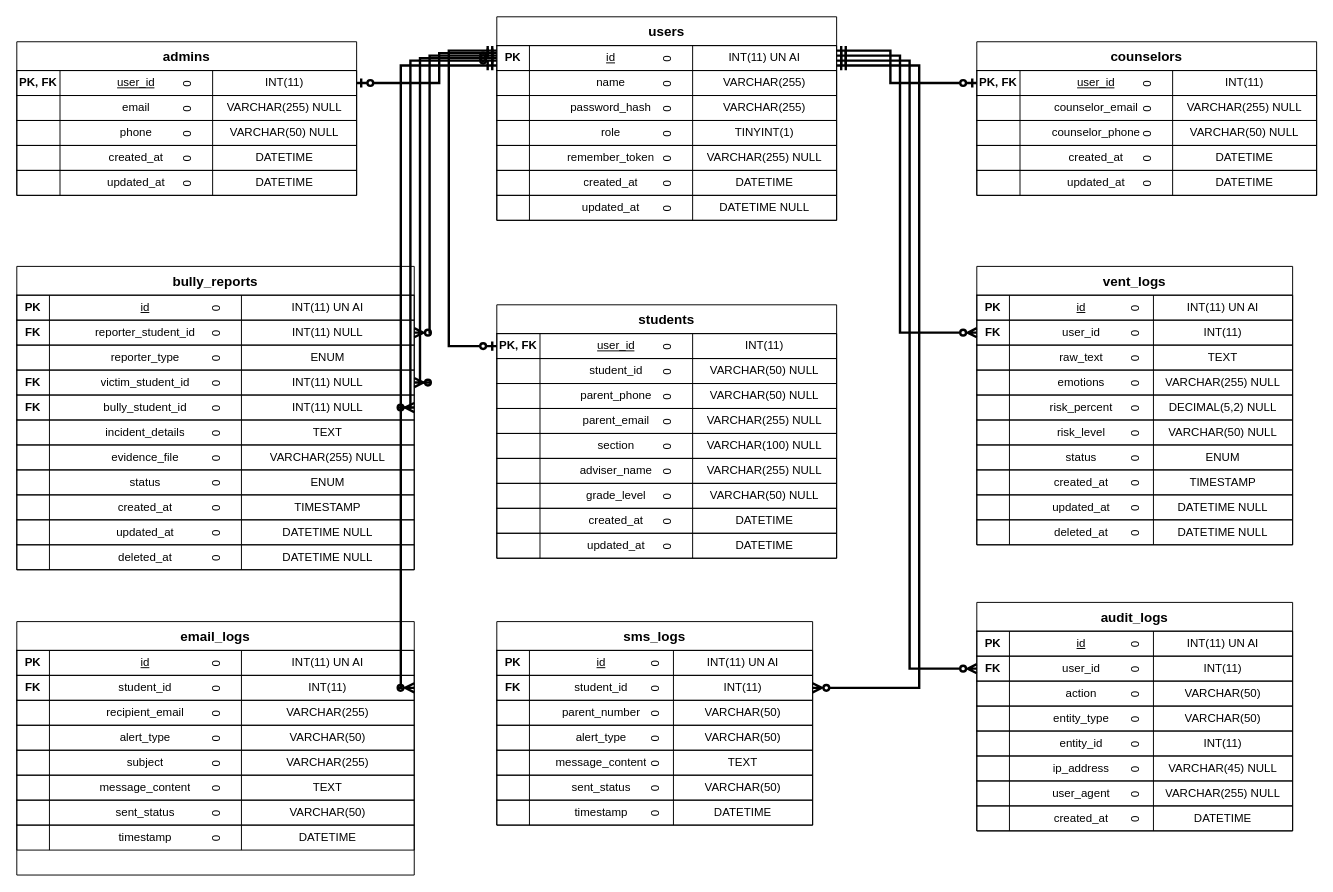
The draw.io diagram docs/erd_diagram.drawio in CrayCray3000/StudentShield-SoftwareEngineering, before the edit. Source tidied: cells renumbered, new cells numbered last; positions are measured from the earlier drawing's top-left corner, leaving out a move shared by most shapes. Both pictures are drawn from the tidied source at 96%, with x=0, y=0 at pixel (16, 16).
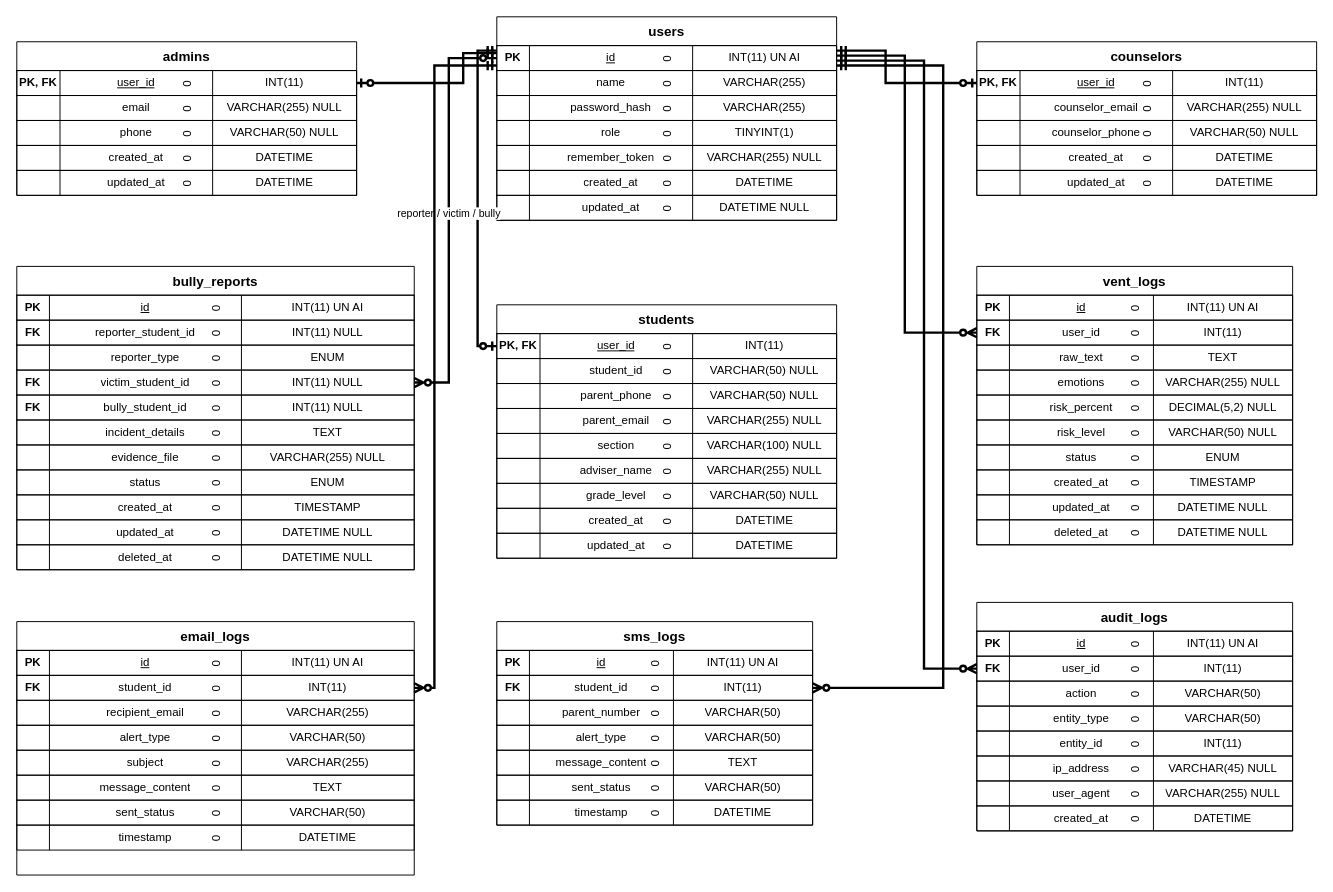
After the change.

Unchanged cells that the change refers to:
```xml
<mxCell id="3" value="0" style="shape=tableRow;horizontal=0;startSize=0;swimlaneHead=0;swimlaneBody=0;fillColor=none;points=[[0,0.5],[1,0.5]];portConstraint=eastwest;fontSize=12;strokeColor=inherit;" parent="2" vertex="1">
  <mxGeometry y="30" width="354" height="26" as="geometry" />
</mxCell>
<mxCell id="32" value="0" style="shape=tableRow;horizontal=0;startSize=0;swimlaneHead=0;swimlaneBody=0;fillColor=none;points=[[0,0.5],[1,0.5]];portConstraint=eastwest;fontSize=12;strokeColor=inherit;" parent="31" vertex="1">
  <mxGeometry y="30" width="354" height="26" as="geometry" />
</mxCell>
<mxCell id="69" value="0" style="shape=tableRow;horizontal=0;startSize=0;swimlaneHead=0;swimlaneBody=0;fillColor=none;points=[[0,0.5],[1,0.5]];portConstraint=eastwest;fontSize=12;strokeColor=inherit;" parent="68" vertex="1">
  <mxGeometry y="30" width="354" height="26" as="geometry" />
</mxCell>
<mxCell id="90" value="0" style="shape=tableRow;horizontal=0;startSize=0;swimlaneHead=0;swimlaneBody=0;fillColor=none;points=[[0,0.5],[1,0.5]];portConstraint=eastwest;fontSize=12;strokeColor=inherit;" parent="89" vertex="1">
  <mxGeometry y="30" width="354" height="26" as="geometry" />
</mxCell>
<mxCell id="115" value="0" style="shape=tableRow;horizontal=0;startSize=0;swimlaneHead=0;swimlaneBody=0;fillColor=none;points=[[0,0.5],[1,0.5]];portConstraint=eastwest;fontSize=12;strokeColor=inherit;" parent="110" vertex="1">
  <mxGeometry y="56" width="329" height="26" as="geometry" />
</mxCell>
<mxCell id="156" value="0" style="shape=tableRow;horizontal=0;startSize=0;swimlaneHead=0;swimlaneBody=0;fillColor=none;points=[[0,0.5],[1,0.5]];portConstraint=eastwest;fontSize=12;strokeColor=inherit;" parent="151" vertex="1">
  <mxGeometry y="56" width="329" height="26" as="geometry" />
</mxCell>
<mxCell id="189" value="0" style="shape=tableRow;horizontal=0;startSize=0;swimlaneHead=0;swimlaneBody=0;fillColor=none;points=[[0,0.5],[1,0.5]];portConstraint=eastwest;fontSize=12;strokeColor=inherit;" parent="184" vertex="1">
  <mxGeometry y="56" width="329" height="26" as="geometry" />
</mxCell>
<mxCell id="218" value="0" style="shape=tableRow;horizontal=0;startSize=0;swimlaneHead=0;swimlaneBody=0;fillColor=none;points=[[0,0.5],[1,0.5]];portConstraint=eastwest;fontSize=12;strokeColor=inherit;" parent="213" vertex="1">
  <mxGeometry y="56" width="414" height="26" as="geometry" />
</mxCell>
<mxCell id="226" value="0" style="shape=tableRow;horizontal=0;startSize=0;swimlaneHead=0;swimlaneBody=0;fillColor=none;points=[[0,0.5],[1,0.5]];portConstraint=eastwest;fontSize=12;strokeColor=inherit;" parent="213" vertex="1">
  <mxGeometry y="108" width="414" height="26" as="geometry" />
</mxCell>
<mxCell id="230" value="0" style="shape=tableRow;horizontal=0;startSize=0;swimlaneHead=0;swimlaneBody=0;fillColor=none;points=[[0,0.5],[1,0.5]];portConstraint=eastwest;fontSize=12;strokeColor=inherit;" parent="213" vertex="1">
  <mxGeometry y="134" width="414" height="26" as="geometry" />
</mxCell>
<mxCell id="263" value="0" style="shape=tableRow;horizontal=0;startSize=0;swimlaneHead=0;swimlaneBody=0;fillColor=none;points=[[0,0.5],[1,0.5]];portConstraint=eastwest;fontSize=12;strokeColor=inherit;" parent="258" vertex="1">
  <mxGeometry y="56" width="414" height="26" as="geometry" />
</mxCell>
```

The edit, as a diff of the source:
```diff
@@
     <mxCell id="291" style="edgeStyle=orthogonalEdgeStyle;rounded=0;jettySize=auto;html=1;endArrow=ERzeroToOne;endFill=0;startArrow=ERmandOne;startFill=0;strokeColor=#000000;strokeWidth=2.5;exitX=0;exitY=0.2;exitDx=0;exitDy=0;exitPerimeter=0;entryX=0;entryY=0.5;entryDx=0;entryDy=0;entryPerimeter=0;" parent="1" edge="1" source="3" target="32">
       <mxGeometry relative="1" as="geometry">
         <Array as="points">
-          <mxPoint x="450" y="35" />
-          <mxPoint x="450" y="343" />
+          <mxPoint x="480" y="35" />
+          <mxPoint x="480" y="343" />
         </Array>
       </mxGeometry>
     </mxCell>
-    <mxCell id="292" style="edgeStyle=orthogonalEdgeStyle;rounded=0;jettySize=auto;html=1;endArrow=ERzeroToOne;endFill=0;startArrow=ERmandOne;startFill=0;strokeColor=#000000;strokeWidth=2.5;exitX=1;exitY=0.2;exitDx=0;exitDy=0;exitPerimeter=0;entryX=0;entryY=0.5;entryDx=0;entryDy=0;entryPerimeter=0;" parent="1" edge="1" source="3" target="69">
+    <mxCell id="292" style="edgeStyle=orthogonalEdgeStyle;rounded= rounded=0;jettySize=auto;html=1;endArrow=ERzeroToOne;endFill=0;startArrow=ERmandOne;startFill=0;strokeColor=#000000;strokeWidth=2.5;exitX=1;exitY=0.2;exitDx=0;exitDy=0;exitPerimeter=0;entryX=0;entryY=0.5;entryDx=0;entryDy=0;entryPerimeter=0;" parent="1" edge="1" source="3" target="69">
       <mxGeometry relative="1" as="geometry">
         <Array as="points">
-          <mxPoint x="910" y="35" />
-          <mxPoint x="910" y="69" />
+          <mxPoint x="905" y="35" />
+          <mxPoint x="905" y="69" />
         </Array>
       </mxGeometry>
     </mxCell>
     <mxCell id="293" style="edgeStyle=orthogonalEdgeStyle;rounded=0;jettySize=auto;html=1;endArrow=ERzeroToOne;endFill=0;startArrow=ERmandOne;startFill=0;strokeColor=#000000;strokeWidth=2.5;exitX=0;exitY=0.3;exitDx=0;exitDy=0;exitPerimeter=0;entryX=1;entryY=0.5;entryDx=0;entryDy=0;entryPerimeter=0;" parent="1" edge="1" source="3" target="90">
       <mxGeometry relative="1" as="geometry">
         <Array as="points">
-          <mxPoint x="440" y="38" />
-          <mxPoint x="440" y="69" />
+          <mxPoint x="465" y="38" />
+          <mxPoint x="465" y="69" />
         </Array>
       </mxGeometry>
     </mxCell>
     <mxCell id="294" style="edgeStyle=orthogonalEdgeStyle;rounded=0;jettySize=auto;html=1;endArrow=ERzeroToMany;endFill=0;startArrow=ERmandOne;startFill=0;strokeColor=#000000;strokeWidth=2.5;exitX=1;exitY=0.4;exitDx=0;exitDy=0;exitPerimeter=0;entryX=0;entryY=0.5;entryDx=0;entryDy=0;entryPerimeter=0;" parent="1" edge="1" source="3" target="115">
       <mxGeometry relative="1" as="geometry">
         <Array as="points">
-          <mxPoint x="920" y="40" />
-          <mxPoint x="920" y="329" />
+          <mxPoint x="925" y="40" />
+          <mxPoint x="925" y="329" />
         </Array>
       </mxGeometry>
     </mxCell>
     <mxCell id="295" style="edgeStyle=orthogonalEdgeStyle;rounded=0;jettySize=auto;html=1;endArrow=ERzeroToMany;endFill=0;startArrow=ERmandOne;startFill=0;strokeColor=#000000;strokeWidth=2.5;exitX=1;exitY=0.6;exitDx=0;exitDy=0;exitPerimeter=0;entryX=0;entryY=0.5;entryDx=0;entryDy=0;entryPerimeter=0;" parent="1" edge="1" source="3" target="156">
       <mxGeometry relative="1" as="geometry">
         <Array as="points">
-          <mxPoint x="930" y="46" />
-          <mxPoint x="930" y="679" />
+          <mxPoint x="945" y="46" />
+          <mxPoint x="945" y="679" />
         </Array>
       </mxGeometry>
     </mxCell>
     <mxCell id="296" style="edgeStyle=orthogonalEdgeStyle;rounded=0;jettySize=auto;html=1;endArrow=ERzeroToMany;endFill=0;startArrow=ERmandOne;startFill=0;strokeColor=#000000;strokeWidth=2.5;exitX=1;exitY=0.8;exitDx=0;exitDy=0;exitPerimeter=0;entryX=1;entryY=0.5;entryDx=0;entryDy=0;entryPerimeter=0;" parent="1" edge="1" source="3" target="189">
       <mxGeometry relative="1" as="geometry">
         <Array as="points">
-          <mxPoint x="940" y="51" />
-          <mxPoint x="940" y="699" />
+          <mxPoint x="965" y="51" />
+          <mxPoint x="965" y="699" />
         </Array>
       </mxGeometry>
     </mxCell>
-    <mxCell id="297" style="edgeStyle=orthogonalEdgeStyle;rounded=0;jettySize=auto;html=1;endArrow=ERzeroToMany;endFill=0;startArrow=ERzeroToOne;startFill=0;strokeColor=#000000;strokeWidth=2.5;exitX=0;exitY=0.4;exitDx=0;exitDy=0;exitPerimeter=0;entryX=1;entryY=0.5;entryDx=0;entryDy=0;entryPerimeter=0;" parent="1" edge="1" source="3" target="218">
-      <mxGeometry relative="1" as="geometry">
-        <Array as="points">
-          <mxPoint x="430" y="40" />
-          <mxPoint x="430" y="329" />
-        </Array>
-      </mxGeometry>
-    </mxCell>
-    <mxCell id="298" style="edgeStyle=orthogonalEdgeStyle;rounded=0;jettySize=auto;html=1;endArrow=ERzeroToMany;endFill=0;startArrow=ERzeroToOne;startFill=0;strokeColor=#000000;strokeWidth=2.5;exitX=0;exitY=0.5;exitDx=0;exitDy=0;exitPerimeter=0;entryX=1;entryY=0.5;entryDx=0;entryDy=0;entryPerimeter=0;" parent="1" edge="1" source="3" target="226">
+    <mxCell id="298" value="reporter / victim / bully" style="edgeStyle=orthogonalEdgeStyle;rounded=0;jettySize=auto;html=1;endArrow=ERzeroToMany;endFill=0;startArrow=ERzeroToOne;startFill=0;strokeColor=#000000;strokeWidth=2.5;exitX=0;exitY=0.5;exitDx=0;exitDy=0;exitPerimeter=0;entryX=1;entryY=0.5;entryDx=0;entryDy=0;entryPerimeter=0;" parent="1" edge="1" source="3" target="226">
       <mxGeometry relative="1" as="geometry">
         <Array as="points">
-          <mxPoint x="420" y="43" />
-          <mxPoint x="420" y="381" />
+          <mxPoint x="450" y="43" />
+          <mxPoint x="450" y="381" />
         </Array>
       </mxGeometry>
     </mxCell>
-    <mxCell id="299" style="edgeStyle=orthogonalEdgeStyle;rounded=0;jettySize=auto;html=1;endArrow=ERzeroToMany;endFill=0;startArrow=ERzeroToOne;startFill=0;strokeColor=#000000;strokeWidth=2.5;exitX=0;exitY=0.6;exitDx=0;exitDy=0;exitPerimeter=0;entryX=1;entryY=0.5;entryDx=0;entryDy=0;entryPerimeter=0;" parent="1" edge="1" source="3" target="230">
-      <mxGeometry relative="1" as="geometry">
-        <Array as="points">
-          <mxPoint x="410" y="46" />
-          <mxPoint x="410" y="407" />
-        </Array>
-      </mxGeometry>
-    </mxCell>
     <mxCell id="300" style="edgeStyle=orthogonalEdgeStyle;rounded=0;jettySize=auto;html=1;endArrow=ERzeroToMany;endFill=0;startArrow=ERmandOne;startFill=0;strokeColor=#000000;strokeWidth=2.5;exitX=0;exitY=0.8;exitDx=0;exitDy=0;exitPerimeter=0;entryX=1;entryY=0.5;entryDx=0;entryDy=0;entryPerimeter=0;" parent="1" edge="1" source="3" target="263">
       <mxGeometry relative="1" as="geometry">
         <Array as="points">
-          <mxPoint x="400" y="51" />
-          <mxPoint x="400" y="699" />
+          <mxPoint x="435" y="51" />
+          <mxPoint x="435" y="699" />
         </Array>
       </mxGeometry>
     </mxCell>
```
